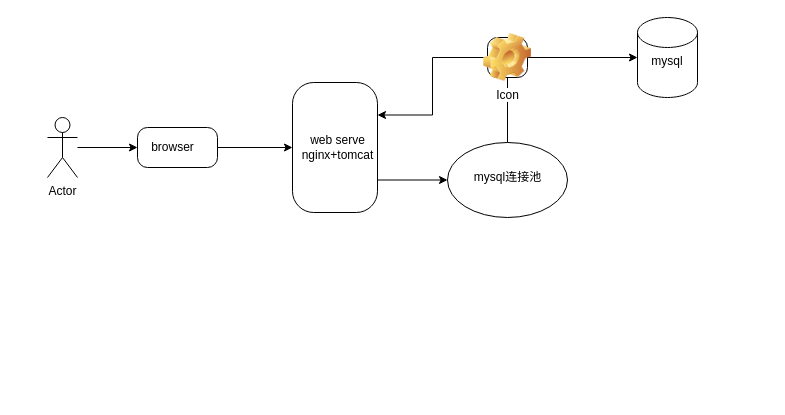
Earlier version of the draw.io diagram page "第 1 页" (1 of 2) of mybatis/初识mysql.drawio (Hello-Pig-K/picture-collection). Source tidied: cells renumbered, new cells numbered last; positions are measured from the earlier drawing's top-left corner, leaving out a move shared by most shapes. Both pictures are drawn from the tidied source at 100%, with x=0, y=0 at pixel (47, 17).
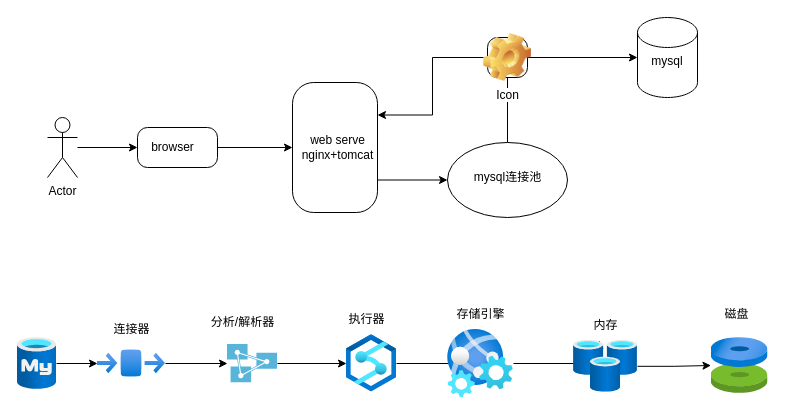
After the change.

Commit message:
更新动画版本mysql.drawio

Diff of the diagram source:
```diff
@@
+    <mxCell id="17" style="edgeStyle=orthogonalEdgeStyle;rounded=0;jettySize=auto;html=1;fontFamily=Helvetica;fontSize=12;fontColor=default;" parent="1" edge="1" source="18" target="22">
+      <mxGeometry relative="1" as="geometry" />
+    </mxCell>
+    <mxCell id="18" style="image;html=1;points=[];align=center;fontSize=12;image=img/lib/azure2/databases/Azure_Database_MySQL_Server.svg;rounded=1;strokeColor=default;verticalAlign=top;arcSize=25;fontFamily=Helvetica;fontColor=default;fillColor=default;" parent="1" vertex="1">
+      <mxGeometry x="-30" y="320" width="39" height="52" as="geometry" />
+    </mxCell>
+    <mxCell id="19" style="edgeStyle=orthogonalEdgeStyle;rounded=0;jettySize=auto;html=1;fontFamily=Helvetica;fontSize=12;fontColor=default;" parent="1" edge="1" source="20" target="26">
+      <mxGeometry relative="1" as="geometry" />
+    </mxCell>
+    <mxCell id="20" style="image;sketch=0;html=1;points=[];align=center;fontSize=12;image=img/lib/mscae/Analysis_Services.svg;rounded=1;strokeColor=default;verticalAlign=top;arcSize=25;fontFamily=Helvetica;fontColor=default;fillColor=default;" parent="1" vertex="1">
+      <mxGeometry x="180" y="326.5" width="50" height="39" as="geometry" />
+    </mxCell>
+    <mxCell id="21" style="edgeStyle=orthogonalEdgeStyle;rounded=0;jettySize=auto;html=1;fontFamily=Helvetica;fontSize=12;fontColor=default;" parent="1" edge="1" source="22" target="20">
+      <mxGeometry relative="1" as="geometry" />
+    </mxCell>
+    <mxCell id="22" style="image;html=1;points=[];align=center;fontSize=12;image=img/lib/azure2/other/Defender_Relay.svg;rounded=1;strokeColor=default;verticalAlign=top;arcSize=25;fontFamily=Helvetica;fontColor=default;fillColor=default;" parent="1" vertex="1">
+      <mxGeometry x="50" y="332.4" width="68" height="27.2" as="geometry" />
+    </mxCell>
+    <mxCell id="23" value="连接器" style="text;html=1;align=center;verticalAlign=middle;strokeColor=none;fillColor=none;fontFamily=Helvetica;fontSize=12;fontColor=default;" parent="1" vertex="1">
+      <mxGeometry x="54" y="296.5" width="60" height="30" as="geometry" />
+    </mxCell>
+    <mxCell id="24" value="分析/解析器" style="text;html=1;align=center;verticalAlign=middle;strokeColor=none;fillColor=none;fontFamily=Helvetica;fontSize=12;fontColor=default;" parent="1" vertex="1">
+      <mxGeometry x="150" y="290" width="90" height="30" as="geometry" />
+    </mxCell>
+    <mxCell id="25" style="edgeStyle=orthogonalEdgeStyle;rounded=0;jettySize=auto;html=1;fontFamily=Helvetica;fontSize=12;fontColor=default;" parent="1" edge="1" source="26" target="35">
+      <mxGeometry relative="1" as="geometry" />
+    </mxCell>
+    <mxCell id="26" style="image;html=1;points=[];align=center;fontSize=12;image=img/lib/azure2/analytics/Azure_Synapse_Analytics.svg;rounded=1;strokeColor=default;verticalAlign=top;arcSize=25;fontFamily=Helvetica;fontColor=default;fillColor=default;" parent="1" vertex="1">
+      <mxGeometry x="299" y="317.2" width="50" height="57.5" as="geometry" />
+    </mxCell>
+    <mxCell id="27" value="执行器" style="text;html=1;align=center;verticalAlign=middle;strokeColor=none;fillColor=none;fontFamily=Helvetica;fontSize=12;fontColor=default;" parent="1" vertex="1">
+      <mxGeometry x="289" y="287.2" width="60" height="30" as="geometry" />
+    </mxCell>
+    <mxCell id="28" style="image;html=1;points=[];align=center;fontSize=12;image=img/lib/azure2/compute/Disks.svg;rounded=1;strokeColor=default;verticalAlign=top;arcSize=25;fontFamily=Helvetica;fontColor=default;fillColor=default;" parent="1" vertex="1">
+      <mxGeometry x="663.5" y="320" width="57" height="56" as="geometry" />
+    </mxCell>
+    <mxCell id="29" style="edgeStyle=orthogonalEdgeStyle;rounded=0;jettySize=auto;html=1;fontFamily=Helvetica;fontSize=12;fontColor=default;" parent="1" edge="1" source="30" target="33">
+      <mxGeometry relative="1" as="geometry">
+        <Array as="points">
+          <mxPoint x="552" y="346" />
+        </Array>
+      </mxGeometry>
+    </mxCell>
+    <mxCell id="30" style="image;html=1;points=[];align=center;fontSize=12;image=img/lib/azure2/other/Web_Jobs.svg;rounded=1;strokeColor=default;verticalAlign=top;arcSize=25;fontFamily=Helvetica;fontColor=default;fillColor=default;" parent="1" vertex="1">
+      <mxGeometry x="400" y="312" width="66" height="68" as="geometry" />
+    </mxCell>
+    <mxCell id="31" style="edgeStyle=orthogonalEdgeStyle;rounded=0;jettySize=auto;html=1;fontFamily=Helvetica;fontSize=12;fontColor=default;" parent="1" edge="1" source="32" target="28">
+      <mxGeometry relative="1" as="geometry" />
+    </mxCell>
+    <mxCell id="32" style="image;html=1;points=[];align=center;fontSize=12;image=img/lib/azure2/databases/Cache_Redis.svg;rounded=1;strokeColor=default;verticalAlign=top;arcSize=25;fontFamily=Helvetica;fontColor=default;fillColor=default;" parent="1" vertex="1">
+      <mxGeometry x="526" y="322.8" width="64" height="52" as="geometry" />
+    </mxCell>
+    <mxCell id="33" value="内存" style="text;html=1;align=center;verticalAlign=middle;points=[];strokeColor=none;fillColor=none;fontFamily=Helvetica;fontSize=12;fontColor=default;" parent="1" vertex="1">
+      <mxGeometry x="533" y="292.8" width="50" height="30" as="geometry" />
+    </mxCell>
+    <mxCell id="34" value="磁盘" style="text;html=1;align=center;verticalAlign=middle;strokeColor=none;fillColor=none;fontFamily=Helvetica;fontSize=12;fontColor=default;" parent="1" vertex="1">
+      <mxGeometry x="663.5" y="282" width="50" height="30" as="geometry" />
+    </mxCell>
+    <mxCell id="35" value="存储引擎" style="text;html=1;align=center;verticalAlign=middle;points=[];strokeColor=none;fillColor=none;fontFamily=Helvetica;fontSize=12;fontColor=default;" parent="1" vertex="1">
+      <mxGeometry x="398" y="282" width="70" height="30" as="geometry" />
+    </mxCell>
```
